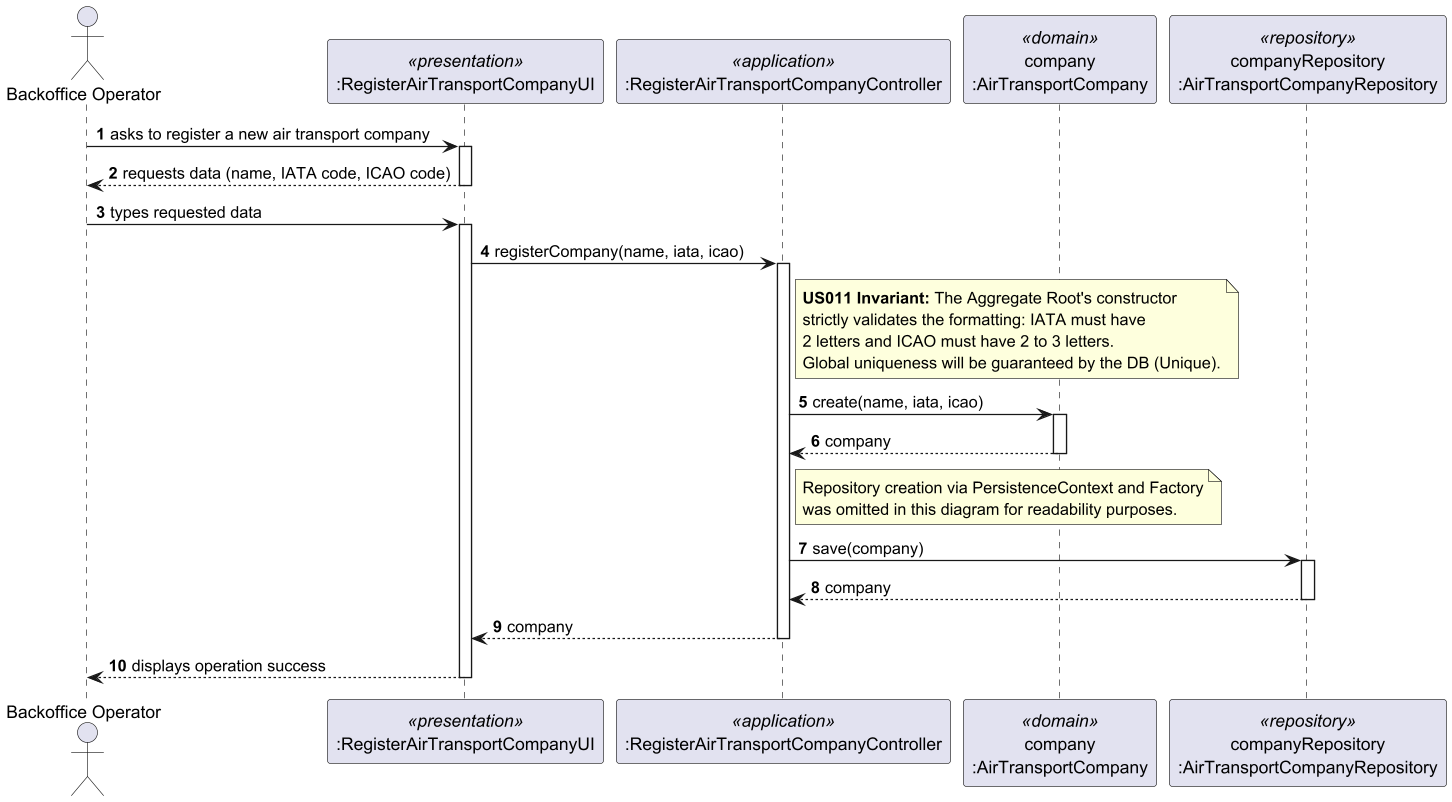
Before: docs/us011/aggregate-3_1/aggregate-3_1.png, a diagram exported from PlantUML (brunodspinto/aisafe). Its source is kept beside it as docs/us011/aggregate-3_1/aggregate-3_1.puml. Its diagram source:
```plantuml
@startuml
autonumber

actor "Backoffice Operator" as BO
participant ":RegisterAirTransportCompanyUI" as UI <<presentation>>
participant ":RegisterAirTransportCompanyController" as Controller <<application>>
participant "company\n:AirTransportCompany" as Domain <<domain>>
participant "companyRepository\n:AirTransportCompanyRepository" as Repository <<repository>>

BO -> UI : asks to register a new air transport company
activate UI
UI --> BO : requests data (name, IATA code, ICAO code)
deactivate UI

BO -> UI : types requested data
activate UI

UI -> Controller : registerCompany(name, iata, icao)
activate Controller

note right of Controller
  **US011 Invariant:** The Aggregate Root's constructor
  strictly validates the formatting: IATA must have
  2 letters and ICAO must have 2 to 3 letters.
  Global uniqueness will be guaranteed by the DB (Unique).
end note

Controller -> Domain : create(name, iata, icao)
activate Domain
Domain --> Controller : company
deactivate Domain

note right of Controller
  Repository creation via PersistenceContext and Factory
  was omitted in this diagram for readability purposes.
end note

Controller -> Repository : save(company)
activate Repository
Repository --> Controller : company
deactivate Repository

Controller --> UI : company
deactivate Controller

UI --> BO : displays operation success
deactivate UI

@enduml
```
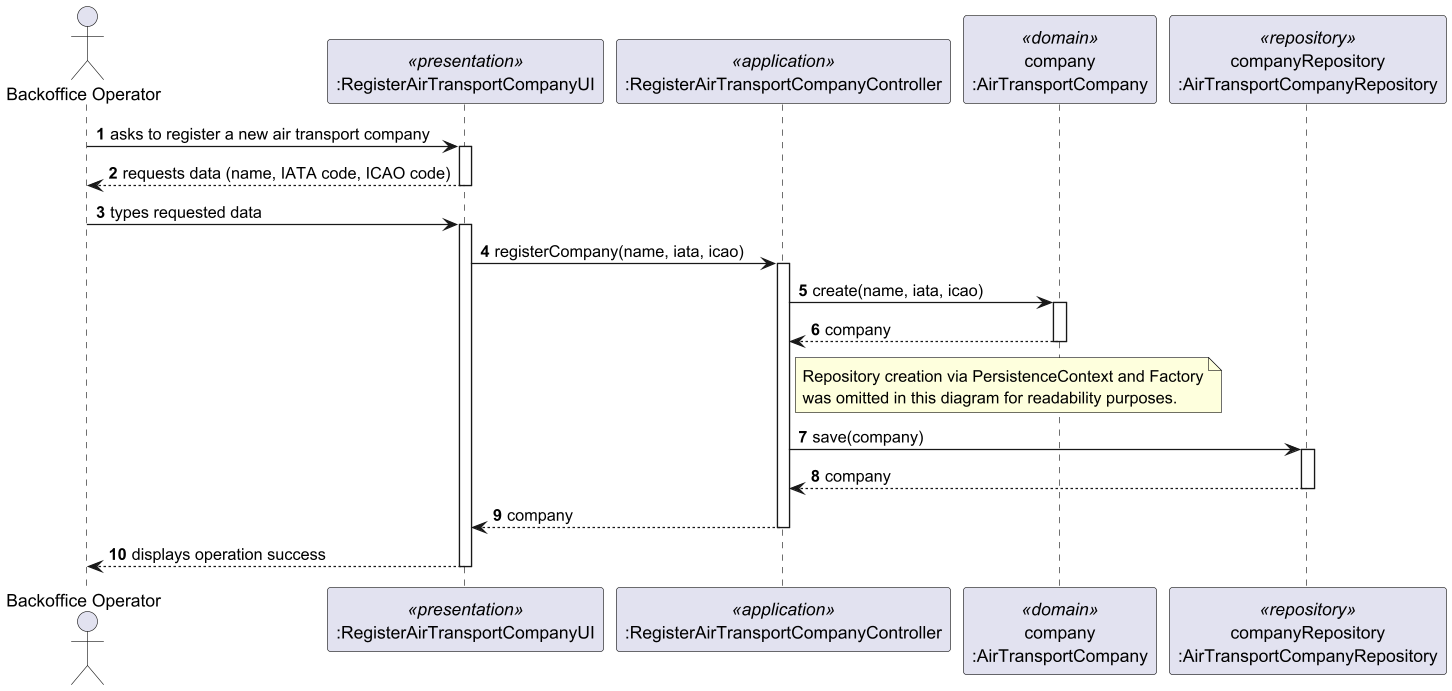
The same diagram one commit later.

Diff of the diagram source:
```diff
@@ -18,12 +18,6 @@
 UI -> Controller : registerCompany(name, iata, icao)
 activate Controller
 
-note right of Controller
-  **US011 Invariant:** The Aggregate Root's constructor
-  strictly validates the formatting: IATA must have
-  2 letters and ICAO must have 2 to 3 letters.
-  Global uniqueness will be guaranteed by the DB (Unique).
-end note
 
 Controller -> Domain : create(name, iata, icao)
 activate Domain
```
